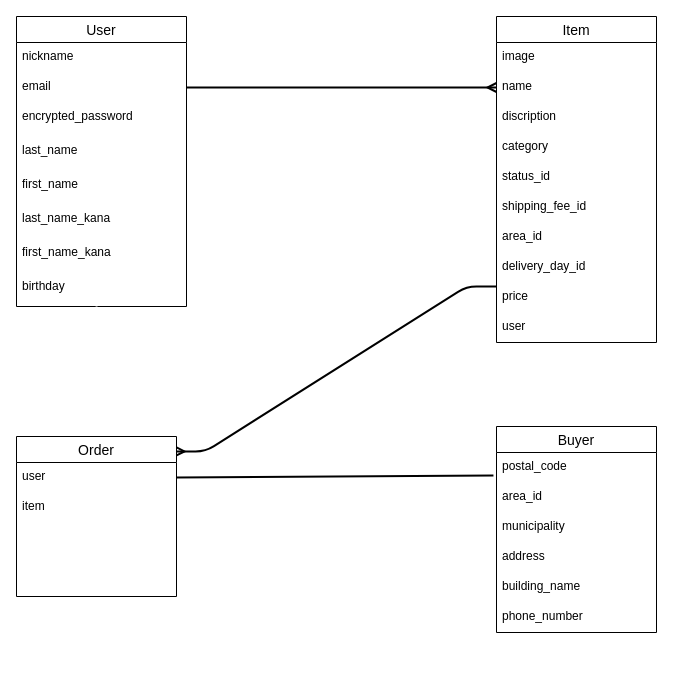
Before: furima.dio in ppg02969/furima-34462, a draw.io diagram. Source tidied: cells renumbered, new cells numbered last; positions are measured from the earlier drawing's top-left corner, leaving out a move shared by most shapes. Both pictures are drawn from the tidied source at 100%, with x=0, y=0 at pixel (16, 16).
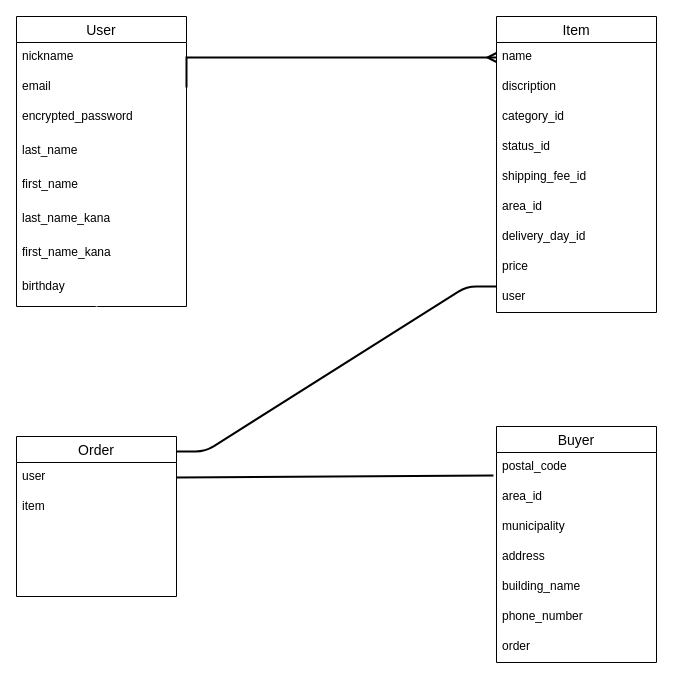
The same diagram, later.

Unchanged cells that the change refers to:
```xml
<mxCell id="5" value="email" style="text;strokeColor=none;fillColor=none;spacingLeft=4;spacingRight=4;overflow=hidden;points=[[0,0.5],[1,0.5]];portConstraint=eastwest;fontSize=12;" parent="3" vertex="1">
  <mxGeometry y="56" width="170" height="30" as="geometry" />
</mxCell>
<mxCell id="13" value="Order" style="swimlane;fontStyle=0;horizontal=1;startSize=26;align=center;fontSize=14;" parent="1" vertex="1">
  <mxGeometry y="420" width="160" height="160" as="geometry" />
</mxCell>
```

The edit, as a diff of the source:
```diff
@@
-    <mxCell id="2" style="edgeStyle=entityRelationEdgeStyle;fontSize=12;html=1;endArrow=none;strokeWidth=2;endFill=0;startArrow=ERmany;startFill=0;exitX=0.994;exitY=0.093;exitDx=0;exitDy=0;exitPerimeter=0;" parent="1" edge="1" source="13">
+    <mxCell id="2" style="edgeStyle=entityRelationEdgeStyle;fontSize=12;html=1;endArrow=none;strokeWidth=2;endFill=0;startArrow=none;startFill=0;exitX=0.994;exitY=0.093;exitDx=0;exitDy=0;exitPerimeter=0;" parent="1" edge="1" source="13">
       <mxGeometry relative="1" as="geometry">
         <mxPoint x="480" y="270" as="targetPoint" />
       </mxGeometry>
     </mxCell>
@@
     <mxCell id="16" value="Buyer" style="swimlane;fontStyle=0;horizontal=1;startSize=26;align=center;fontSize=14;" parent="1" vertex="1">
-      <mxGeometry x="480" y="410" width="160" height="206" as="geometry" />
+      <mxGeometry x="480" y="410" width="160" height="236" as="geometry" />
     </mxCell>
@@
+    <mxCell id="36" value="order" style="text;strokeColor=none;fillColor=none;spacingLeft=4;spacingRight=4;overflow=hidden;fontSize=12;" parent="16" vertex="1">
+      <mxGeometry y="206" width="160" height="30" as="geometry" />
+    </mxCell>
     <mxCell id="23" value="Item" style="swimlane;fontStyle=0;horizontal=1;startSize=26;align=center;fontSize=14;" parent="1" vertex="1">
-      <mxGeometry x="480" width="160" height="326" as="geometry" />
+      <mxGeometry x="480" width="160" height="296" as="geometry" />
     </mxCell>
-    <mxCell id="24" value="image" style="text;strokeColor=none;fillColor=none;spacingLeft=4;spacingRight=4;overflow=hidden;fontSize=12;" parent="23" vertex="1">
-      <mxGeometry y="26" width="160" height="30" as="geometry" />
-    </mxCell>
     <mxCell id="25" value="name" style="text;strokeColor=none;fillColor=none;spacingLeft=4;spacingRight=4;overflow=hidden;points=[[0,0.5],[1,0.5]];portConstraint=eastwest;fontSize=12;" parent="23" vertex="1">
-      <mxGeometry y="56" width="160" height="30" as="geometry" />
+      <mxGeometry y="26" width="160" height="30" as="geometry" />
     </mxCell>
     <mxCell id="26" value="discription" style="text;strokeColor=none;fillColor=none;spacingLeft=4;spacingRight=4;overflow=hidden;fontSize=12;" parent="23" vertex="1">
-      <mxGeometry y="86" width="160" height="30" as="geometry" />
+      <mxGeometry y="56" width="160" height="30" as="geometry" />
     </mxCell>
-    <mxCell id="27" value="category" style="text;strokeColor=none;fillColor=none;spacingLeft=4;spacingRight=4;overflow=hidden;fontSize=12;" parent="23" vertex="1">
-      <mxGeometry y="116" width="160" height="30" as="geometry" />
+    <mxCell id="27" value="category_id" style="text;strokeColor=none;fillColor=none;spacingLeft=4;spacingRight=4;overflow=hidden;fontSize=12;" parent="23" vertex="1">
+      <mxGeometry y="86" width="160" height="30" as="geometry" />
     </mxCell>
     <mxCell id="28" value="status_id" style="text;strokeColor=none;fillColor=none;spacingLeft=4;spacingRight=4;overflow=hidden;fontSize=12;" parent="23" vertex="1">
-      <mxGeometry y="146" width="160" height="30" as="geometry" />
+      <mxGeometry y="116" width="160" height="30" as="geometry" />
     </mxCell>
     <mxCell id="29" value="shipping_fee_id" style="text;strokeColor=none;fillColor=none;spacingLeft=4;spacingRight=4;overflow=hidden;fontSize=12;" parent="23" vertex="1">
-      <mxGeometry y="176" width="160" height="30" as="geometry" />
+      <mxGeometry y="146" width="160" height="30" as="geometry" />
     </mxCell>
     <mxCell id="30" value="area_id" style="text;strokeColor=none;fillColor=none;spacingLeft=4;spacingRight=4;overflow=hidden;fontSize=12;" parent="23" vertex="1">
-      <mxGeometry y="206" width="160" height="30" as="geometry" />
+      <mxGeometry y="176" width="160" height="30" as="geometry" />
     </mxCell>
     <mxCell id="31" value="delivery_day_id" style="text;strokeColor=none;fillColor=none;spacingLeft=4;spacingRight=4;overflow=hidden;fontSize=12;" parent="23" vertex="1">
-      <mxGeometry y="236" width="160" height="30" as="geometry" />
+      <mxGeometry y="206" width="160" height="30" as="geometry" />
     </mxCell>
     <mxCell id="32" value="price" style="text;strokeColor=none;fillColor=none;spacingLeft=4;spacingRight=4;overflow=hidden;fontSize=12;" parent="23" vertex="1">
-      <mxGeometry y="266" width="160" height="30" as="geometry" />
+      <mxGeometry y="236" width="160" height="30" as="geometry" />
     </mxCell>
     <mxCell id="33" value="user" style="text;strokeColor=none;fillColor=none;spacingLeft=4;spacingRight=4;overflow=hidden;fontSize=12;" parent="23" vertex="1">
-      <mxGeometry y="296" width="160" height="30" as="geometry" />
+      <mxGeometry y="266" width="160" height="30" as="geometry" />
     </mxCell>
     <mxCell id="34" style="edgeStyle=orthogonalEdgeStyle;rounded=0;jettySize=auto;html=1;exitX=1;exitY=0.5;exitDx=0;exitDy=0;entryX=0;entryY=0.5;entryDx=0;entryDy=0;endArrow=ERmany;endFill=0;strokeWidth=2;" parent="1" edge="1" source="5" target="25">
-      <mxGeometry relative="1" as="geometry" />
+      <mxGeometry relative="1" as="geometry">
+        <Array as="points">
+          <mxPoint x="170" y="41" />
+        </Array>
+      </mxGeometry>
     </mxCell>
```
